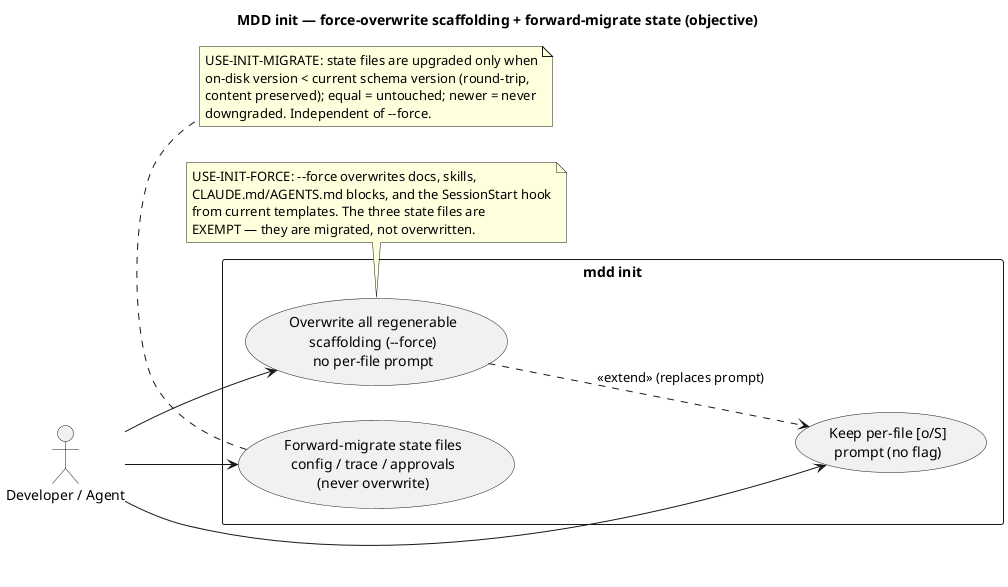
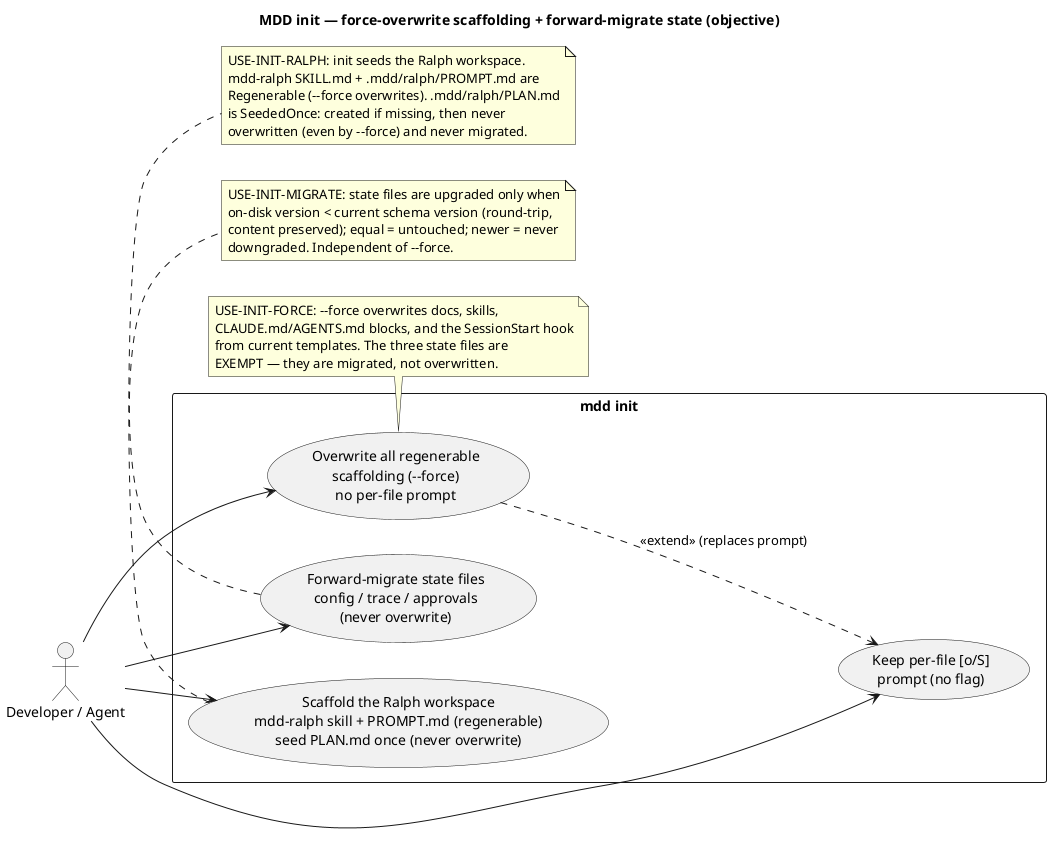
@startuml
' @id(USE-INIT-FORCE)
' @desc(USE-INIT-FORCE, "Re-run `mdd init --force` to overwrite every REGENERABLE scaffolding file in place without the per-file prompt: the .mdd/docs/*.md (workflow, uml-and-ocl, security-profile, deploy-profile), the workflow SKILL.md files under .claude/skills and .codex/skills, the CLAUDE.md/AGENTS.md managed blocks, and the SessionStart hook. The point is to upgrade an existing workspace to the current tool's templates in one shot. Without --force, `mdd init` keeps today's interactive per-file [o/S] conflict prompt (create when missing, prompt when present). The three accumulating STATE files (config.yml, trace.yml, approvals.yml) are NEVER overwritten by --force — they fall under USE-INIT-MIGRATE instead. Realized by SEQ-INIT-SCAFFOLD; owned by CMP-INIT-CLI + CMP-INIT-ENGINE.")
' @id(USE-INIT-MIGRATE)
' @desc(USE-INIT-MIGRATE, "On every `mdd init` (with or without --force) upgrade the three accumulating state files (config.yml, trace.yml, approvals.yml) to the current schema version WITHOUT overwriting their content. If an on-disk file's `version` is older than the tool's current schema version it is migrated in place: parsed through the current struct (so fields added since the file was written fill from their defaults), `version` bumped to current, and written back — accumulated links, approvals, and config choices preserved. If the file is already at the current version it is left byte-for-byte untouched (idempotent; keeps curated trace.yml comments). A file whose version is NEWER than the running tool is never downgraded. This is what 'updated for newer versions without being overwritten' means. Realized by SEQ-INIT-SCAFFOLD; owned by CMP-INIT-ENGINE.")
- ' Objective use cases for cycle 0018: a one-shot template refresh
- ' (--force) that deliberately exempts the three accumulating state
- ' files, which are version-migrated forward instead of overwritten.
+ ' @id(USE-INIT-RALPH)
+ ' @desc(USE-INIT-RALPH, "Running `mdd init` scaffolds the Ralph workspace so the Ralph loop is available without any hand-created files: it registers the `mdd-ralph` workflow skill (SKILL.md under both .claude/skills and .codex/skills — a REGENERABLE file overwritten by --force like every other skill), creates the `.mdd/ralph/` directory, writes `.mdd/ralph/PROMPT.md` as a REGENERABLE per-iteration loop prompt template (overwritten by --force), and SEEDS `.mdd/ralph/PLAN.md` exactly once. PLAN.md is the SeededOnce class (DOM-INIT-SEED-ONCE): created from a starter template only when missing, and thereafter NEVER overwritten — not by a plain re-init and not by --force — and never version-migrated, because the plan is consumed-and-rewritten state that anything (the model gap, a hand-written backlog, another agent) may own. Realized by SEQ-INIT-SCAFFOLD; owned by CMP-INIT-ENGINE.")
+ ' Objective use cases for cycle 0018 (force + migrate) and cycle 0022
+ ' (Ralph workspace scaffolding): a one-shot template refresh (--force)
+ ' that exempts the three accumulating state files (migrated forward) and
+ ' the seeded-once PLAN.md (created once, never overwritten).
title MDD init — force-overwrite scaffolding + forward-migrate state (objective)

left to right direction

actor "Developer / Agent" as Dev

rectangle "mdd init" {
  usecase "Overwrite all regenerable\nscaffolding (--force)\nno per-file prompt" as Force
  usecase "Keep per-file [o/S]\nprompt (no flag)" as Prompt
  usecase "Forward-migrate state files\nconfig / trace / approvals\n(never overwrite)" as Migrate
+   usecase "Scaffold the Ralph workspace\nmdd-ralph skill + PROMPT.md (regenerable)\nseed PLAN.md once (never overwrite)" as Ralph
}

Dev --> Force
Dev --> Prompt
Dev --> Migrate
+ Dev --> Ralph

Force ..> Prompt : <<extend>> (replaces prompt)

note bottom of Force
  USE-INIT-FORCE: --force overwrites docs, skills,
  CLAUDE.md/AGENTS.md blocks, and the SessionStart hook
  from current templates. The three state files are
  EXEMPT — they are migrated, not overwritten.
end note

note bottom of Migrate
  USE-INIT-MIGRATE: state files are upgraded only when
  on-disk version < current schema version (round-trip,
  content preserved); equal = untouched; newer = never
  downgraded. Independent of --force.
end note
+ 
+ note bottom of Ralph
+   USE-INIT-RALPH: init seeds the Ralph workspace.
+   mdd-ralph SKILL.md + .mdd/ralph/PROMPT.md are
+   Regenerable (--force overwrites). .mdd/ralph/PLAN.md
+   is SeededOnce: created if missing, then never
+   overwritten (even by --force) and never migrated.
+ end note
@enduml
